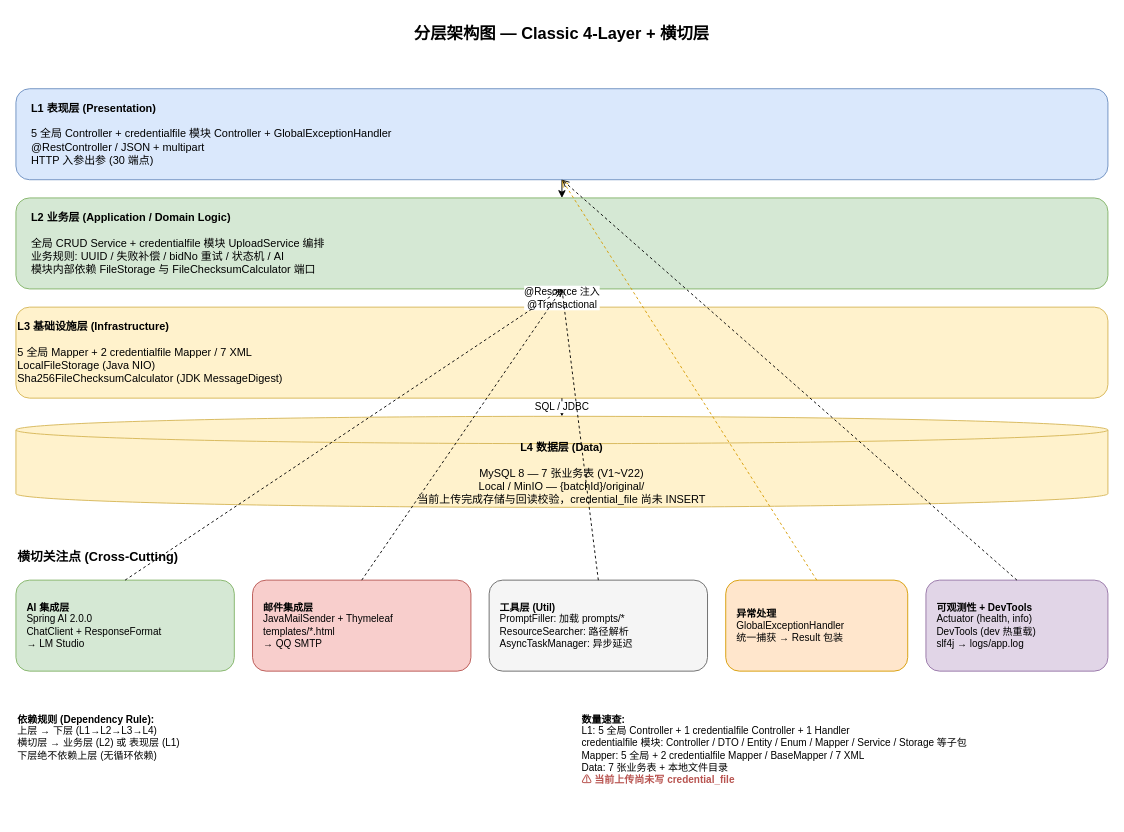
This is page "4-Layered Architecture" (4 of 7) of docs/architecture-diagram.drawio from Jianshi-Lu/smart-bid-platform-be, a draw.io file, before an edit. Source tidied: cells renumbered, new cells numbered last; positions are measured from the earlier drawing's top-left corner, leaving out a move shared by most shapes. Both pictures are drawn from the tidied source at 91%, with x=0, y=0 at pixel (15, 15).
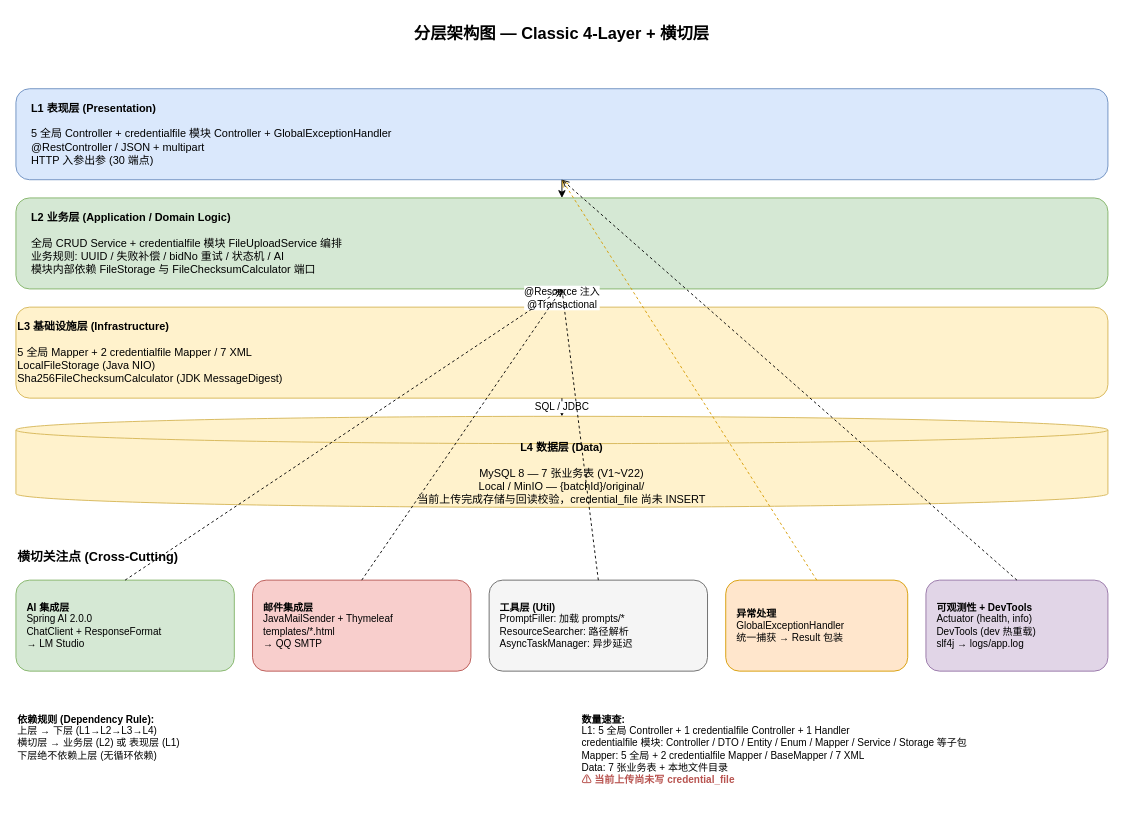
Above is the later version.

What changed in the source:
```diff
@@
-    <mxCell id="4" value="&lt;b&gt;L2 业务层 (Application / Domain Logic)&lt;/b&gt;&lt;br&gt;&lt;br&gt;全局 CRUD Service + credentialfile 模块 UploadService 编排&#10;业务规则: UUID / 失败补偿 / bidNo 重试 / 状态机 / AI&#10;模块内部依赖 FileStorage 与 FileChecksumCalculator 端口" style="rounded=1;whiteSpace=wrap;html=1;fillColor=#d5e8d4;strokeColor=#82b366;fontSize=12;align=left;spacingLeft=15;" parent="1" vertex="1">
+    <mxCell id="4" value="&lt;b&gt;L2 业务层 (Application / Domain Logic)&lt;/b&gt;&lt;br&gt;&lt;br&gt;全局 CRUD Service + credentialfile 模块 FileUploadService 编排&#10;业务规则: UUID / 失败补偿 / bidNo 重试 / 状态机 / AI&#10;模块内部依赖 FileStorage 与 FileChecksumCalculator 端口" style="rounded=1;whiteSpace=wrap;html=1;fillColor=#d5e8d4;strokeColor=#82b366;fontSize=12;align=left;spacingLeft=15;" parent="1" vertex="1">
       <mxGeometry y="200" width="1200" height="100" as="geometry" />
     </mxCell>
```
